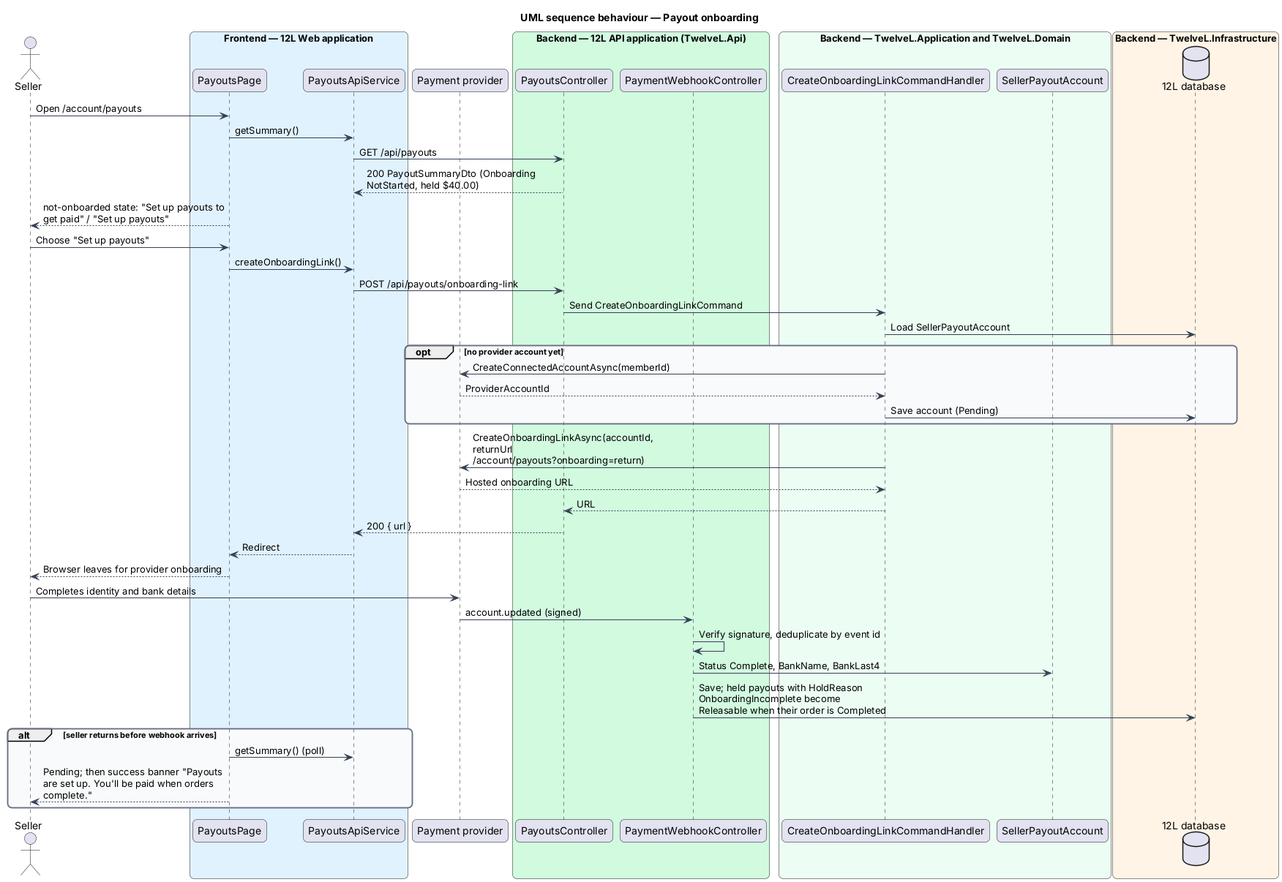
The PlantUML diagram docs/detailed-designs/orders/seller-payouts/diagrams/sequence-onboarding.png in QuinntyneBrown/12l, before a commit. The source it was exported from:
```plantuml
@startuml
title UML sequence behaviour — Payout onboarding
skinparam backgroundColor #FFFFFF
skinparam shadowing false
skinparam roundcorner 12
skinparam defaultFontName Arial
skinparam ArrowColor #344054
skinparam rectangle {
  BorderColor #344054
  FontColor #101828
}
skinparam package {
  BorderColor #667085
  FontColor #101828
  BackgroundColor #F9FAFB
}
skinparam sequenceMessageAlign left
skinparam maxMessageSize 260
actor "Seller" as actor
box "Frontend — 12L Web application" #E0F2FE
  participant "PayoutsPage" as page
  participant "PayoutsApiService" as client
end box
participant "Payment provider" as pay
box "Backend — 12L API application (TwelveL.Api)" #D1FADF
  participant "PayoutsController" as ctrl
  participant "PaymentWebhookController" as wh
end box
box "Backend — TwelveL.Application and TwelveL.Domain" #ECFDF3
  participant "CreateOnboardingLinkCommandHandler" as h
  participant "SellerPayoutAccount" as acct
end box
box "Backend — TwelveL.Infrastructure" #FFF4E5
  database "12L database" as db
end box
actor -> page : Open /account/payouts
page -> client : getSummary()
client -> ctrl : GET /api/payouts
ctrl --> client : 200 PayoutSummaryDto (Onboarding NotStarted, held $40.00)
page --> actor : not-onboarded state: "Set up payouts to get paid" / "Set up payouts"
actor -> page : Choose "Set up payouts"
page -> client : createOnboardingLink()
client -> ctrl : POST /api/payouts/onboarding-link
ctrl -> h : Send CreateOnboardingLinkCommand
h -> db : Load SellerPayoutAccount
opt no provider account yet
  h -> pay : CreateConnectedAccountAsync(memberId)
  pay --> h : ProviderAccountId
  h -> db : Save account (Pending)
end
h -> pay : CreateOnboardingLinkAsync(accountId, returnUrl /account/payouts?onboarding=return)
pay --> h : Hosted onboarding URL
h --> ctrl : URL
ctrl --> client : 200 { url }
client --> page : Redirect
page --> actor : Browser leaves for provider onboarding
actor -> pay : Completes identity and bank details
pay -> wh : account.updated (signed)
wh -> wh : Verify signature, deduplicate by event id
wh -> acct : Status Complete, BankName, BankLast4
wh -> db : Save; held payouts with HoldReason OnboardingIncomplete become Releasable when their order is Completed
alt seller returns before webhook arrives
  page -> client : getSummary() (poll)
  page --> actor : Pending; then success banner "Payouts are set up. You'll be paid when orders complete."
end
@enduml
```
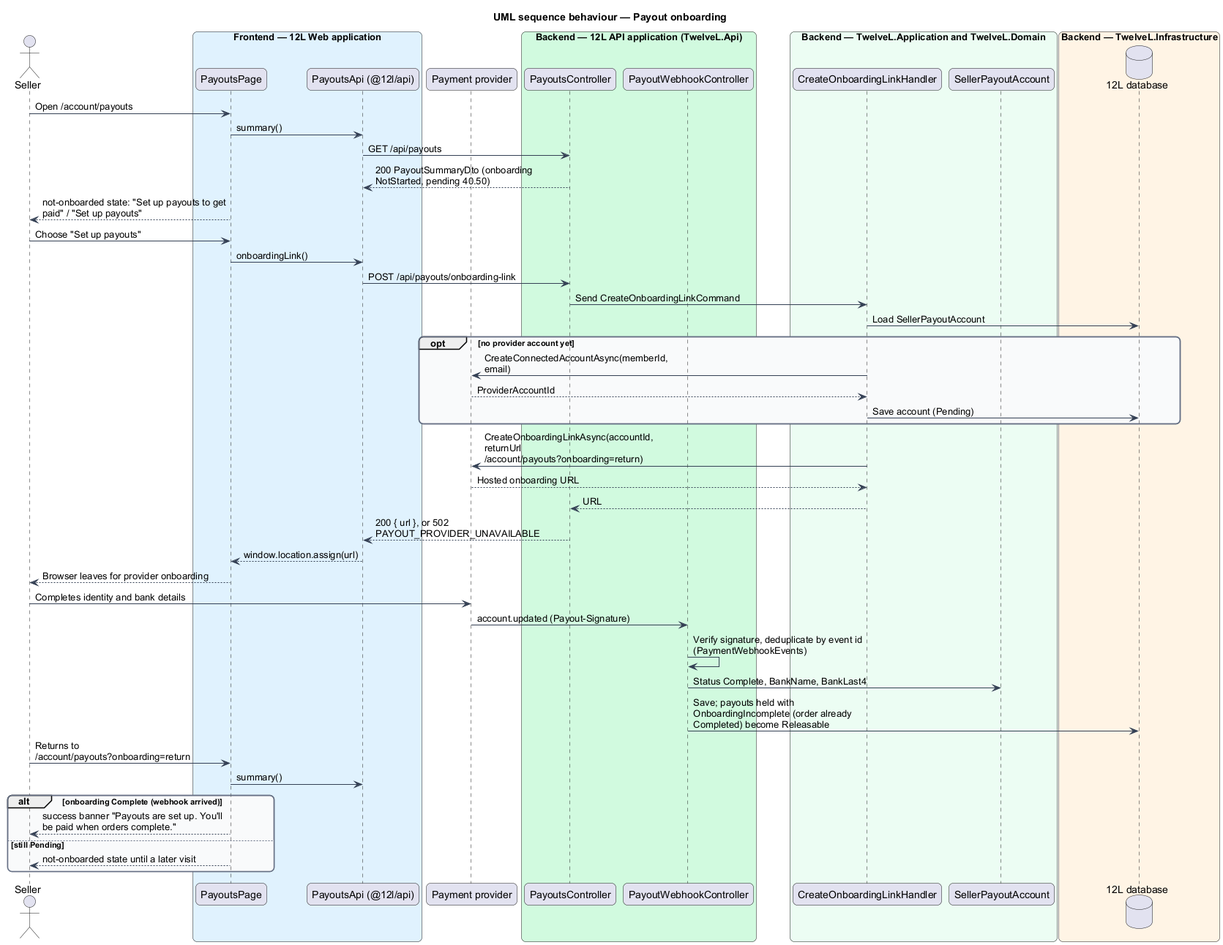
The same diagram one commit later.

Diff of the diagram source:
```diff
@@ -19,48 +19,51 @@
 actor "Seller" as actor
 box "Frontend — 12L Web application" #E0F2FE
   participant "PayoutsPage" as page
-  participant "PayoutsApiService" as client
+  participant "PayoutsApi (@12l/api)" as client
 end box
 participant "Payment provider" as pay
 box "Backend — 12L API application (TwelveL.Api)" #D1FADF
   participant "PayoutsController" as ctrl
-  participant "PaymentWebhookController" as wh
+  participant "PayoutWebhookController" as wh
 end box
 box "Backend — TwelveL.Application and TwelveL.Domain" #ECFDF3
-  participant "CreateOnboardingLinkCommandHandler" as h
+  participant "CreateOnboardingLinkHandler" as h
   participant "SellerPayoutAccount" as acct
 end box
 box "Backend — TwelveL.Infrastructure" #FFF4E5
   database "12L database" as db
 end box
 actor -> page : Open /account/payouts
-page -> client : getSummary()
+page -> client : summary()
 client -> ctrl : GET /api/payouts
-ctrl --> client : 200 PayoutSummaryDto (Onboarding NotStarted, held $40.00)
+ctrl --> client : 200 PayoutSummaryDto (onboarding NotStarted, pending 40.50)
 page --> actor : not-onboarded state: "Set up payouts to get paid" / "Set up payouts"
 actor -> page : Choose "Set up payouts"
-page -> client : createOnboardingLink()
+page -> client : onboardingLink()
 client -> ctrl : POST /api/payouts/onboarding-link
 ctrl -> h : Send CreateOnboardingLinkCommand
 h -> db : Load SellerPayoutAccount
 opt no provider account yet
-  h -> pay : CreateConnectedAccountAsync(memberId)
+  h -> pay : CreateConnectedAccountAsync(memberId, email)
   pay --> h : ProviderAccountId
   h -> db : Save account (Pending)
 end
 h -> pay : CreateOnboardingLinkAsync(accountId, returnUrl /account/payouts?onboarding=return)
 pay --> h : Hosted onboarding URL
 h --> ctrl : URL
-ctrl --> client : 200 { url }
-client --> page : Redirect
+ctrl --> client : 200 { url }, or 502 PAYOUT_PROVIDER_UNAVAILABLE
+client --> page : window.location.assign(url)
 page --> actor : Browser leaves for provider onboarding
 actor -> pay : Completes identity and bank details
-pay -> wh : account.updated (signed)
-wh -> wh : Verify signature, deduplicate by event id
+pay -> wh : account.updated (Payout-Signature)
+wh -> wh : Verify signature, deduplicate by event id (PaymentWebhookEvents)
 wh -> acct : Status Complete, BankName, BankLast4
-wh -> db : Save; held payouts with HoldReason OnboardingIncomplete become Releasable when their order is Completed
-alt seller returns before webhook arrives
-  page -> client : getSummary() (poll)
-  page --> actor : Pending; then success banner "Payouts are set up. You'll be paid when orders complete."
+wh -> db : Save; payouts held with OnboardingIncomplete (order already Completed) become Releasable
+actor -> page : Returns to /account/payouts?onboarding=return
+page -> client : summary()
+alt onboarding Complete (webhook arrived)
+  page --> actor : success banner "Payouts are set up. You'll be paid when orders complete."
+else still Pending
+  page --> actor : not-onboarded state until a later visit
 end
 @enduml
```
